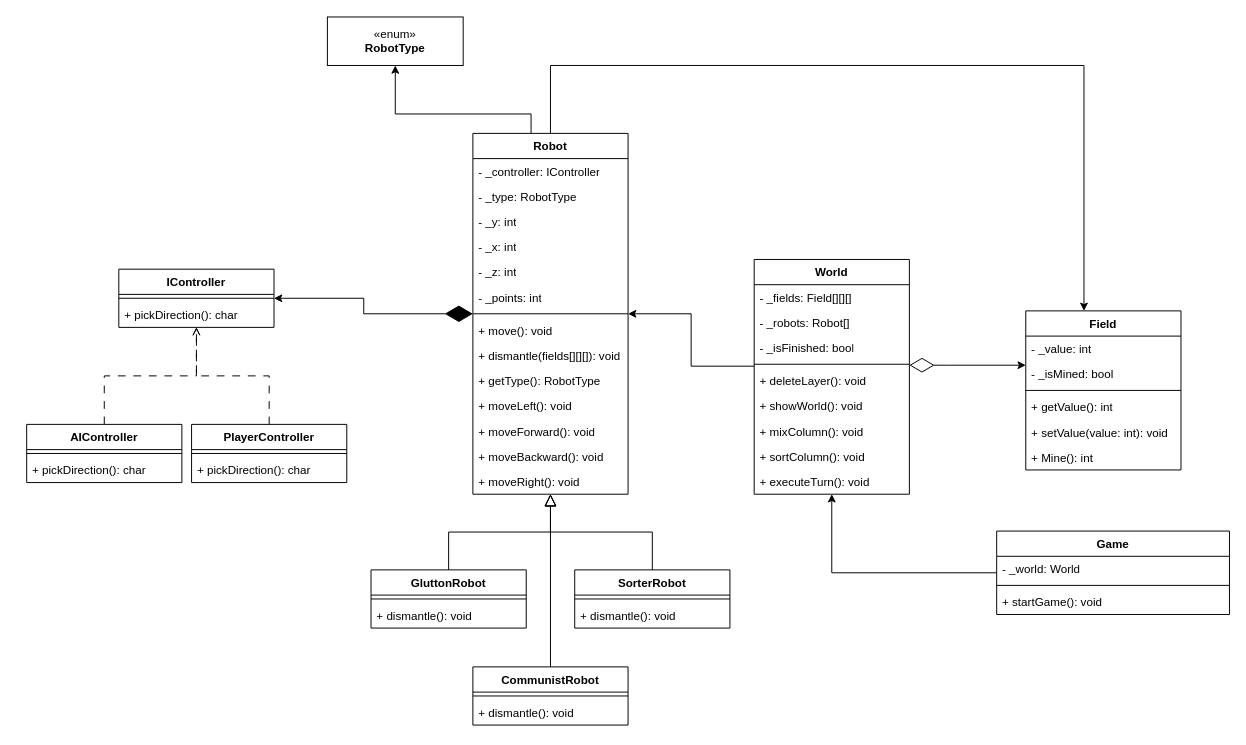
Earlier version of the draw.io diagram DeepMiner.drawio (ergimandija/ParallelDeepMiner). Source tidied: cells renumbered, new cells numbered last; positions are measured from the earlier drawing's top-left corner, leaving out a move shared by most shapes. Both pictures are drawn from the tidied source at 97%, with x=0, y=0 at pixel (26, 16).
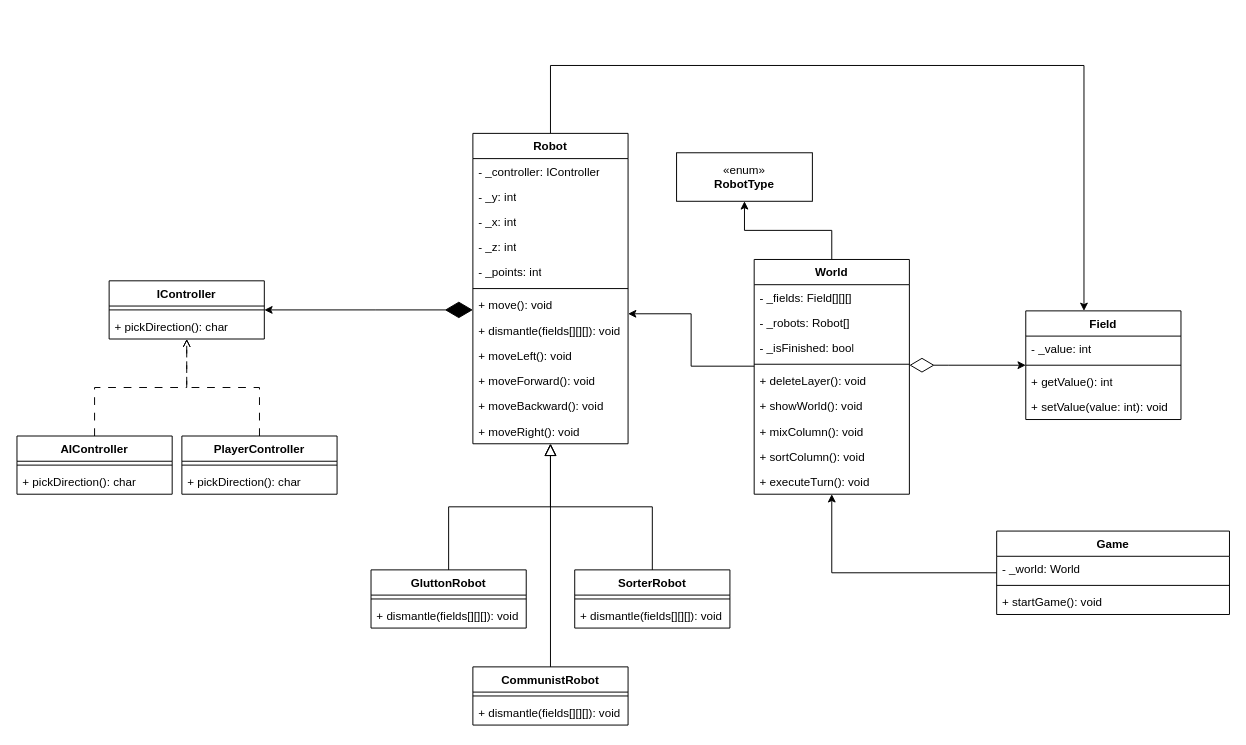
The same diagram, later.

Unchanged cells that the change refers to:
```xml
<mxCell id="4" value="World" style="swimlane;fontStyle=1;align=center;verticalAlign=top;horizontal=1;startSize=26;whiteSpace=wrap;html=1;" parent="1" vertex="1">
  <mxGeometry x="750" y="250" width="160" height="242" as="geometry" />
</mxCell>
<mxCell id="40" value="GluttonRobot" style="swimlane;fontStyle=1;align=center;verticalAlign=top;horizontal=1;startSize=26;whiteSpace=wrap;html=1;" parent="1" vertex="1">
  <mxGeometry x="355" y="570" width="160" height="60" as="geometry" />
</mxCell>
<mxCell id="44" value="SorterRobot" style="swimlane;fontStyle=1;align=center;verticalAlign=top;horizontal=1;startSize=26;whiteSpace=wrap;html=1;" parent="1" vertex="1">
  <mxGeometry x="565" y="570" width="160" height="60" as="geometry" />
</mxCell>
<mxCell id="59" value="CommunistRobot" style="swimlane;fontStyle=1;align=center;verticalAlign=top;horizontal=1;startSize=26;whiteSpace=wrap;html=1;" parent="1" vertex="1">
  <mxGeometry x="460" y="670" width="160" height="60" as="geometry" />
</mxCell>
```

What changed in the source:
```diff
@@
+    <mxCell id="68" style="edgeStyle=orthogonalEdgeStyle;rounded=0;jettySize=auto;html=1;" parent="1" edge="1" source="4" target="62">
+      <mxGeometry relative="1" as="geometry" />
+    </mxCell>
@@
     <mxCell id="14" value="Field" style="swimlane;fontStyle=1;align=center;verticalAlign=top;horizontal=1;startSize=26;whiteSpace=wrap;html=1;" parent="1" vertex="1">
-      <mxGeometry x="1030" y="303" width="160" height="164" as="geometry" />
+      <mxGeometry x="1030" y="303" width="160" height="112" as="geometry" />
     </mxCell>
@@
-    <mxCell id="16" value="- _isMined: bool" style="text;strokeColor=none;fillColor=none;align=left;verticalAlign=top;spacingLeft=4;spacingRight=4;overflow=hidden;whiteSpace=wrap;html=1;" parent="14" vertex="1">
-      <mxGeometry y="52" width="160" height="26" as="geometry" />
-    </mxCell>
     <mxCell id="17" style="line;strokeWidth=1;fillColor=none;align=left;verticalAlign=middle;spacingTop=-1;spacingLeft=3;spacingRight=3;labelPosition=right;strokeColor=inherit;" parent="14" vertex="1">
-      <mxGeometry y="78" width="160" height="8" as="geometry" />
+      <mxGeometry y="52" width="160" height="8" as="geometry" />
     </mxCell>
     <mxCell id="18" value="+ getValue(): int" style="text;strokeColor=none;fillColor=none;align=left;verticalAlign=top;spacingLeft=4;spacingRight=4;overflow=hidden;whiteSpace=wrap;html=1;" parent="14" vertex="1">
-      <mxGeometry y="86" width="160" height="26" as="geometry" />
+      <mxGeometry y="60" width="160" height="26" as="geometry" />
     </mxCell>
     <mxCell id="19" value="+ setValue(value: int): void" style="text;strokeColor=none;fillColor=none;align=left;verticalAlign=top;spacingLeft=4;spacingRight=4;overflow=hidden;whiteSpace=wrap;html=1;" parent="14" vertex="1">
-      <mxGeometry y="112" width="160" height="26" as="geometry" />
+      <mxGeometry y="86" width="160" height="26" as="geometry" />
     </mxCell>
-    <mxCell id="20" value="+ Mine(): int" style="text;strokeColor=none;fillColor=none;align=left;verticalAlign=top;spacingLeft=4;spacingRight=4;overflow=hidden;whiteSpace=wrap;html=1;" parent="14" vertex="1">
-      <mxGeometry y="138" width="160" height="26" as="geometry" />
-    </mxCell>
     <mxCell id="21" style="edgeStyle=orthogonalEdgeStyle;rounded=0;jettySize=auto;html=1;startArrow=diamondThin;startFill=1;startSize=26;" parent="1" edge="1" source="24" target="47">
-      <mxGeometry relative="1" as="geometry" />
+      <mxGeometry relative="1" as="geometry">
+        <Array as="points">
+          <mxPoint x="360" y="302" />
+          <mxPoint x="360" y="302" />
+        </Array>
+      </mxGeometry>
     </mxCell>
@@
-    <mxCell id="23" style="edgeStyle=orthogonalEdgeStyle;rounded=0;jettySize=auto;html=1;" parent="1" edge="1" source="24" target="62">
-      <mxGeometry relative="1" as="geometry">
-        <Array as="points">
-          <mxPoint x="520" y="100" />
-          <mxPoint x="380" y="100" />
-        </Array>
-      </mxGeometry>
-    </mxCell>
     <mxCell id="24" value="Robot" style="swimlane;fontStyle=1;align=center;verticalAlign=top;horizontal=1;startSize=26;whiteSpace=wrap;html=1;" parent="1" vertex="1">
-      <mxGeometry x="460" y="120" width="160" height="372" as="geometry" />
+      <mxGeometry x="460" y="120" width="160" height="320" as="geometry" />
     </mxCell>
@@
-    <mxCell id="26" value="- _type: RobotType" style="text;strokeColor=none;fillColor=none;align=left;verticalAlign=top;spacingLeft=4;spacingRight=4;overflow=hidden;whiteSpace=wrap;html=1;" parent="24" vertex="1">
-      <mxGeometry y="52" width="160" height="26" as="geometry" />
-    </mxCell>
     <mxCell id="27" value="- _y: int" style="text;strokeColor=none;fillColor=none;align=left;verticalAlign=top;spacingLeft=4;spacingRight=4;overflow=hidden;whiteSpace=wrap;html=1;" parent="24" vertex="1">
-      <mxGeometry y="78" width="160" height="26" as="geometry" />
+      <mxGeometry y="52" width="160" height="26" as="geometry" />
     </mxCell>
     <mxCell id="28" value="- _x: int" style="text;strokeColor=none;fillColor=none;align=left;verticalAlign=top;spacingLeft=4;spacingRight=4;overflow=hidden;whiteSpace=wrap;html=1;" parent="24" vertex="1">
-      <mxGeometry y="104" width="160" height="26" as="geometry" />
+      <mxGeometry y="78" width="160" height="26" as="geometry" />
     </mxCell>
     <mxCell id="29" value="- _z: int" style="text;strokeColor=none;fillColor=none;align=left;verticalAlign=top;spacingLeft=4;spacingRight=4;overflow=hidden;whiteSpace=wrap;html=1;" parent="24" vertex="1">
-      <mxGeometry y="130" width="160" height="26" as="geometry" />
+      <mxGeometry y="104" width="160" height="26" as="geometry" />
     </mxCell>
     <mxCell id="30" value="- _points: int" style="text;strokeColor=none;fillColor=none;align=left;verticalAlign=top;spacingLeft=4;spacingRight=4;overflow=hidden;whiteSpace=wrap;html=1;" parent="24" vertex="1">
-      <mxGeometry y="156" width="160" height="26" as="geometry" />
+      <mxGeometry y="130" width="160" height="26" as="geometry" />
     </mxCell>
     <mxCell id="31" style="line;strokeWidth=1;fillColor=none;align=left;verticalAlign=middle;spacingTop=-1;spacingLeft=3;spacingRight=3;labelPosition=right;strokeColor=inherit;" parent="24" vertex="1">
-      <mxGeometry y="182" width="160" height="8" as="geometry" />
+      <mxGeometry y="156" width="160" height="8" as="geometry" />
     </mxCell>
     <mxCell id="32" value="+ move(): void" style="text;strokeColor=none;fillColor=none;align=left;verticalAlign=top;spacingLeft=4;spacingRight=4;overflow=hidden;whiteSpace=wrap;html=1;" parent="24" vertex="1">
-      <mxGeometry y="190" width="160" height="26" as="geometry" />
+      <mxGeometry y="164" width="160" height="26" as="geometry" />
     </mxCell>
     <mxCell id="33" value="+ dismantle(fields[][][]): void" style="text;strokeColor=none;fillColor=none;align=left;verticalAlign=top;spacingLeft=4;spacingRight=4;overflow=hidden;whiteSpace=wrap;html=1;" parent="24" vertex="1">
-      <mxGeometry y="216" width="160" height="26" as="geometry" />
+      <mxGeometry y="190" width="160" height="26" as="geometry" />
     </mxCell>
-    <mxCell id="34" value="+ getType(): RobotType" style="text;strokeColor=none;fillColor=none;align=left;verticalAlign=top;spacingLeft=4;spacingRight=4;overflow=hidden;whiteSpace=wrap;html=1;" parent="24" vertex="1">
-      <mxGeometry y="242" width="160" height="26" as="geometry" />
-    </mxCell>
     <mxCell id="35" value="+ moveLeft(): void" style="text;strokeColor=none;fillColor=none;align=left;verticalAlign=top;spacingLeft=4;spacingRight=4;overflow=hidden;whiteSpace=wrap;html=1;" parent="24" vertex="1">
-      <mxGeometry y="268" width="160" height="26" as="geometry" />
+      <mxGeometry y="216" width="160" height="26" as="geometry" />
     </mxCell>
     <mxCell id="36" value="+ moveForward(): void" style="text;strokeColor=none;fillColor=none;align=left;verticalAlign=top;spacingLeft=4;spacingRight=4;overflow=hidden;whiteSpace=wrap;html=1;" parent="24" vertex="1">
-      <mxGeometry y="294" width="160" height="26" as="geometry" />
+      <mxGeometry y="242" width="160" height="26" as="geometry" />
     </mxCell>
     <mxCell id="37" value="+ moveBackward(): void" style="text;strokeColor=none;fillColor=none;align=left;verticalAlign=top;spacingLeft=4;spacingRight=4;overflow=hidden;whiteSpace=wrap;html=1;" parent="24" vertex="1">
-      <mxGeometry y="320" width="160" height="26" as="geometry" />
+      <mxGeometry y="268" width="160" height="26" as="geometry" />
     </mxCell>
     <mxCell id="38" value="+ moveRight(): void" style="text;strokeColor=none;fillColor=none;align=left;verticalAlign=top;spacingLeft=4;spacingRight=4;overflow=hidden;whiteSpace=wrap;html=1;" parent="24" vertex="1">
-      <mxGeometry y="346" width="160" height="26" as="geometry" />
+      <mxGeometry y="294" width="160" height="26" as="geometry" />
     </mxCell>
@@
-    <mxCell id="42" value="+ dismantle(): void" style="text;strokeColor=none;fillColor=none;align=left;verticalAlign=top;spacingLeft=4;spacingRight=4;overflow=hidden;whiteSpace=wrap;html=1;" parent="40" vertex="1">
+    <mxCell id="42" value="+ dismantle(fields[][][]): void" style="text;strokeColor=none;fillColor=none;align=left;verticalAlign=top;spacingLeft=4;spacingRight=4;overflow=hidden;whiteSpace=wrap;html=1;" parent="40" vertex="1">
       <mxGeometry y="34" width="160" height="26" as="geometry" />
     </mxCell>
@@
-    <mxCell id="46" value="+ dismantle(): void" style="text;strokeColor=none;fillColor=none;align=left;verticalAlign=top;spacingLeft=4;spacingRight=4;overflow=hidden;whiteSpace=wrap;html=1;" parent="44" vertex="1">
+    <mxCell id="46" value="+ dismantle(fields[][][]): void" style="text;strokeColor=none;fillColor=none;align=left;verticalAlign=top;spacingLeft=4;spacingRight=4;overflow=hidden;whiteSpace=wrap;html=1;" parent="44" vertex="1">
       <mxGeometry y="34" width="160" height="26" as="geometry" />
     </mxCell>
     <mxCell id="47" value="IController" style="swimlane;fontStyle=1;align=center;verticalAlign=top;horizontal=1;startSize=26;whiteSpace=wrap;html=1;" parent="1" vertex="1">
-      <mxGeometry x="95" y="260" width="160" height="60" as="geometry" />
+      <mxGeometry x="85" y="272" width="160" height="60" as="geometry" />
     </mxCell>
@@
     <mxCell id="51" value="AIController" style="swimlane;fontStyle=1;align=center;verticalAlign=top;horizontal=1;startSize=26;whiteSpace=wrap;html=1;" parent="1" vertex="1">
-      <mxGeometry y="420" width="160" height="60" as="geometry" />
+      <mxGeometry x="-10" y="432" width="160" height="60" as="geometry" />
     </mxCell>
@@
     <mxCell id="55" value="PlayerController" style="swimlane;fontStyle=1;align=center;verticalAlign=top;horizontal=1;startSize=26;whiteSpace=wrap;html=1;" parent="1" vertex="1">
-      <mxGeometry x="170" y="420" width="160" height="60" as="geometry" />
+      <mxGeometry x="160" y="432" width="160" height="60" as="geometry" />
     </mxCell>
@@
-    <mxCell id="61" value="+ dismantle(): void" style="text;strokeColor=none;fillColor=none;align=left;verticalAlign=top;spacingLeft=4;spacingRight=4;overflow=hidden;whiteSpace=wrap;html=1;" parent="59" vertex="1">
+    <mxCell id="61" value="+ dismantle(fields[][][]): void" style="text;strokeColor=none;fillColor=none;align=left;verticalAlign=top;spacingLeft=4;spacingRight=4;overflow=hidden;whiteSpace=wrap;html=1;" parent="59" vertex="1">
       <mxGeometry y="34" width="160" height="26" as="geometry" />
     </mxCell>
-    <mxCell id="62" value="«enum»&lt;br&gt;&lt;b&gt;RobotType&lt;/b&gt;" style="html=1;whiteSpace=wrap;" parent="1" vertex="1">
-      <mxGeometry x="310" width="140" height="50" as="geometry" />
-    </mxCell>
@@
+    <mxCell id="62" value="«enum»&lt;br&gt;&lt;b&gt;RobotType&lt;/b&gt;" style="html=1;whiteSpace=wrap;" parent="1" vertex="1">
+      <mxGeometry x="670" y="140" width="140" height="50" as="geometry" />
+    </mxCell>
```
